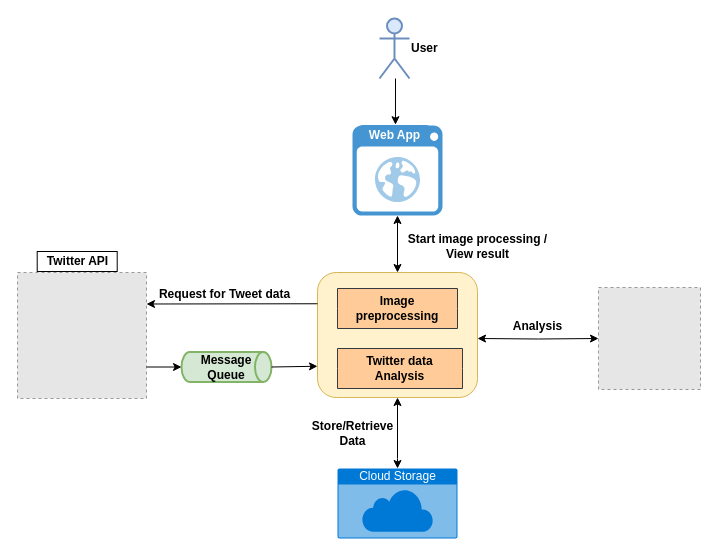
This is Documents/EAI-imageprocessing-simplified.drawio from FilipeCapela98/EAI_Project, a draw.io file, before an edit. Source tidied: cells renumbered, new cells numbered last; positions are measured from the earlier drawing's top-left corner, leaving out a move shared by most shapes. Both pictures are drawn from the tidied source at 100%, with x=0, y=0 at pixel (17, 18). Pictures stored in the file or linked from it are replaced by grey dashed boxes.
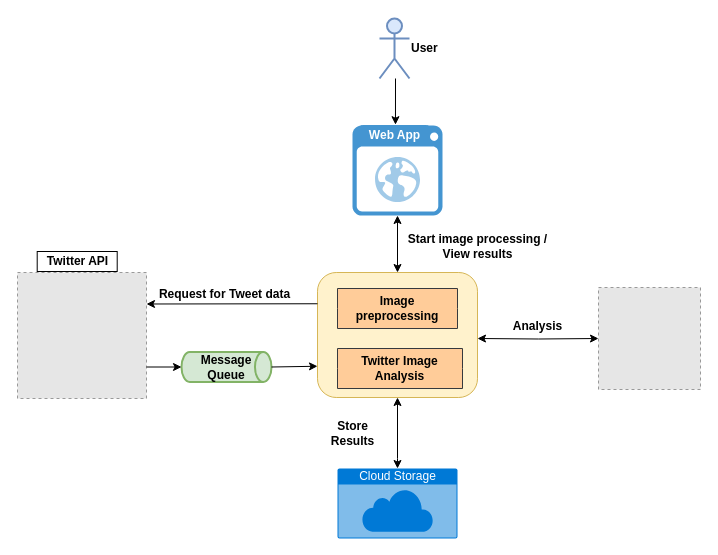
The same page after the edit.

Commit message:
Change db to only storing, and change tweet analysis to image analysis

Change to the diagram source:
```diff
@@
-    <mxCell id="9" value="&lt;b&gt;Store/Retrieve&lt;/b&gt;&lt;br&gt;&lt;b&gt;Data&lt;/b&gt;" style="text;html=1;align=center;verticalAlign=middle;" parent="1" vertex="1">
-      <mxGeometry x="285" y="400" width="100" height="30" as="geometry" />
+    <mxCell id="9" value="&lt;b&gt;Store&lt;br&gt;Results&lt;/b&gt;" style="text;html=1;align=center;verticalAlign=middle;" parent="1" vertex="1">
+      <mxGeometry x="305" y="400" width="60" height="30" as="geometry" />
     </mxCell>
@@
-    <mxCell id="12" value="Twitter data&lt;br&gt;Analysis" style="shape=step;perimeter=stepPerimeter;whiteSpace=wrap;html=1;fixedSize=1;fillColor=#ffcc99;strokeColor=#36393d;size=0;fontStyle=1;" parent="1" vertex="1">
+    <mxCell id="12" value="Twitter Image&lt;br&gt;Analysis" style="shape=step;perimeter=stepPerimeter;whiteSpace=wrap;html=1;fixedSize=1;fillColor=#ffcc99;strokeColor=#36393d;size=0;fontStyle=1;" parent="1" vertex="1">
       <mxGeometry x="320" y="330" width="125" height="40" as="geometry" />
     </mxCell>
@@
-    <mxCell id="23" value="Start image processing / &lt;br&gt;View result" style="text;html=1;align=center;verticalAlign=middle;fontStyle=1;spacing=0;" parent="1" vertex="1">
+    <mxCell id="23" value="Start image processing / &lt;br&gt;View results" style="text;html=1;align=center;verticalAlign=middle;fontStyle=1;spacing=0;" parent="1" vertex="1">
       <mxGeometry x="385" y="213" width="150" height="30" as="geometry" />
     </mxCell>
```
